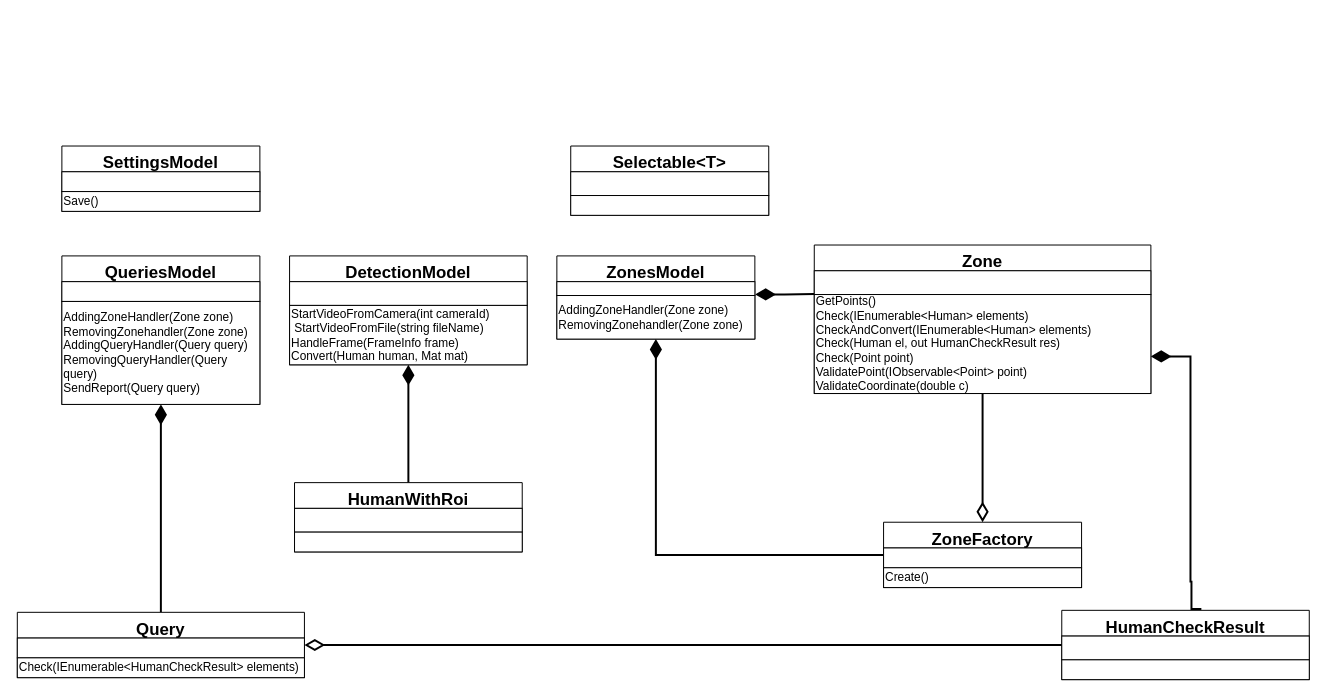
Above: page "Models" (1 of 11) of Engineering/Packets-specify.drawio in GoldGreen/Skeletonization (draw.io), before the change. Source tidied: cells renumbered, new cells numbered last; positions are measured from the earlier drawing's top-left corner, leaving out a move shared by most shapes. Both pictures are drawn from the tidied source at 99%, with x=0, y=0 at pixel (17, 146).
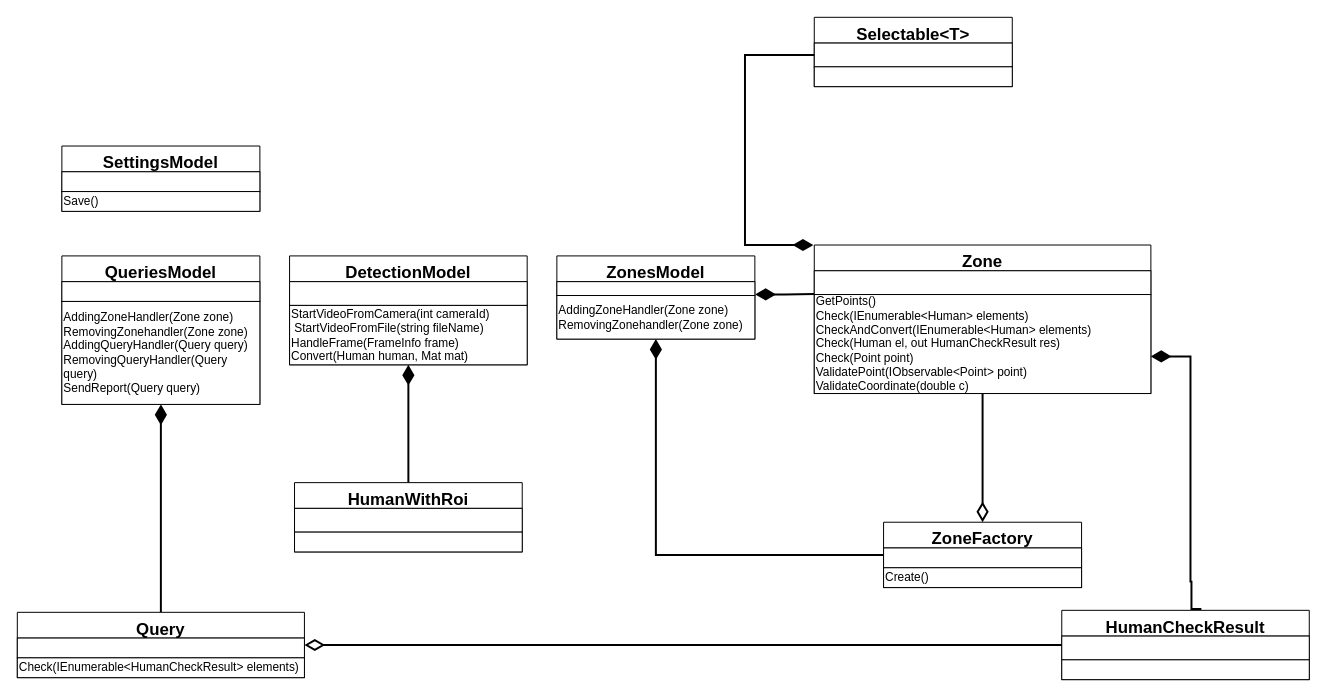
The same diagram, later.

What changed in the source:
```diff
@@
     <mxCell id="33" value="Selectable&lt;T&gt;" style="swimlane;fontStyle=1;align=center;verticalAlign=top;horizontal=1;startSize=26;fontSize=17;" parent="1" vertex="1">
-      <mxGeometry x="559" width="200" height="70" as="geometry" />
+      <mxGeometry x="805" y="-130" width="200" height="70" as="geometry" />
     </mxCell>
@@
+    <mxCell id="40" style="edgeStyle=orthogonalEdgeStyle;rounded=0;orthogonalLoop=1;jettySize=auto;html=1;entryX=0;entryY=0.5;entryDx=0;entryDy=0;fontSize=17;endArrow=none;endFill=0;startSize=15;endSize=14;strokeWidth=2;startArrow=diamondThin;startFill=1;" parent="1" edge="1">
+      <mxGeometry x="0.08" relative="1" as="geometry">
+        <mxPoint x="804" y="100" as="sourcePoint" />
+        <mxPoint x="805" y="-92" as="targetPoint" />
+        <Array as="points">
+          <mxPoint x="804" y="100" />
+          <mxPoint x="735" y="100" />
+          <mxPoint x="735" y="-92" />
+        </Array>
+      </mxGeometry>
+    </mxCell>
```
